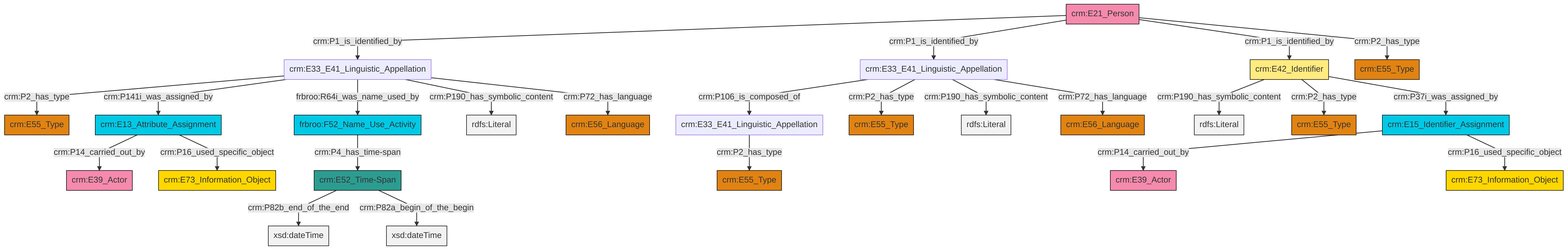
swiss-art-research-net/reference-data-models keeps this Mermaid diagram as et/personCSV/ttl/mmd/png/Person_Names_and_Classification.png. Above is the earlier version. Its source is kept beside it as et/personCSV/ttl/mmd/Person_Names_and_Classification.ttl.mmd.
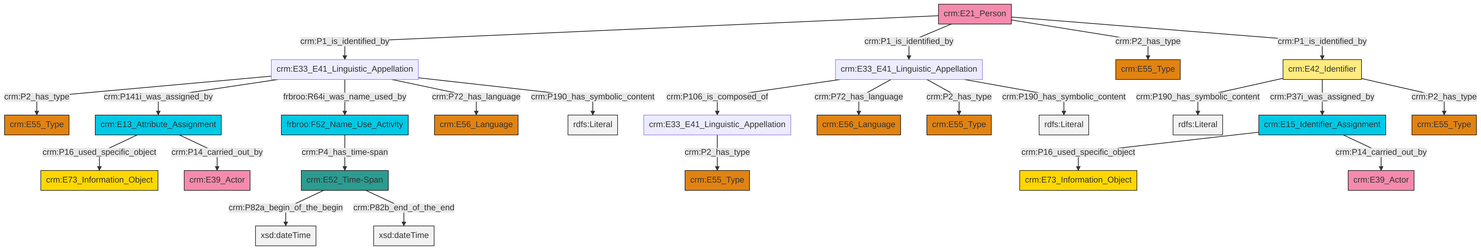
The same diagram one commit later.

What changed in the source:
```diff
@@ -13,27 +13,27 @@
 classDef PC_Classes fill:#4ce600, stroke:#000000;
 classDef Multi fill:#cccccc,stroke:#000000;
 
-0["frbroo:F52_Name_Use_Activity"]:::Temporal_Entity -->|crm:P4_has_time-span| 1["crm:E52_Time-Span"]:::Time-Span
-2["crm:E21_Person"]:::Actor -->|crm:P1_is_identified_by| 3["crm:E33_E41_Linguistic_Appellation"]:::Default
-6["crm:E33_E41_Linguistic_Appellation"]:::Default -->|crm:P106_is_composed_of| 7["crm:E33_E41_Linguistic_Appellation"]:::Default
-6["crm:E33_E41_Linguistic_Appellation"]:::Default -->|crm:P2_has_type| 10["crm:E55_Type"]:::Type
-1["crm:E52_Time-Span"]:::Time-Span -->|crm:P82b_end_of_the_end| 11[xsd:dateTime]:::Literal
-12["crm:E15_Identifier_Assignment"]:::Temporal_Entity -->|crm:P14_carried_out_by| 13["crm:E39_Actor"]:::Actor
-14["crm:E42_Identifier"]:::Appellation -->|crm:P190_has_symbolic_content| 15[rdfs:Literal]:::Literal
-2["crm:E21_Person"]:::Actor -->|crm:P1_is_identified_by| 6["crm:E33_E41_Linguistic_Appellation"]:::Default
-14["crm:E42_Identifier"]:::Appellation -->|crm:P2_has_type| 18["crm:E55_Type"]:::Type
-2["crm:E21_Person"]:::Actor -->|crm:P1_is_identified_by| 14["crm:E42_Identifier"]:::Appellation
-6["crm:E33_E41_Linguistic_Appellation"]:::Default -->|crm:P190_has_symbolic_content| 23[rdfs:Literal]:::Literal
-2["crm:E21_Person"]:::Actor -->|crm:P2_has_type| 26["crm:E55_Type"]:::Type
-7["crm:E33_E41_Linguistic_Appellation"]:::Default -->|crm:P2_has_type| 27["crm:E55_Type"]:::Type
-3["crm:E33_E41_Linguistic_Appellation"]:::Default -->|crm:P2_has_type| 30["crm:E55_Type"]:::Type
-8["crm:E13_Attribute_Assignment"]:::Temporal_Entity -->|crm:P14_carried_out_by| 31["crm:E39_Actor"]:::Actor
-3["crm:E33_E41_Linguistic_Appellation"]:::Default -->|crm:P141i_was_assigned_by| 8["crm:E13_Attribute_Assignment"]:::Temporal_Entity
-8["crm:E13_Attribute_Assignment"]:::Temporal_Entity -->|crm:P16_used_specific_object| 4["crm:E73_Information_Object"]:::Conceptual_Object
-12["crm:E15_Identifier_Assignment"]:::Temporal_Entity -->|crm:P16_used_specific_object| 21["crm:E73_Information_Object"]:::Conceptual_Object
-3["crm:E33_E41_Linguistic_Appellation"]:::Default -->|frbroo:R64i_was_name_used_by| 0["frbroo:F52_Name_Use_Activity"]:::Temporal_Entity
-6["crm:E33_E41_Linguistic_Appellation"]:::Default -->|crm:P72_has_language| 16["crm:E56_Language"]:::Type
-3["crm:E33_E41_Linguistic_Appellation"]:::Default -->|crm:P190_has_symbolic_content| 40[rdfs:Literal]:::Literal
-3["crm:E33_E41_Linguistic_Appellation"]:::Default -->|crm:P72_has_language| 33["crm:E56_Language"]:::Type
-14["crm:E42_Identifier"]:::Appellation -->|crm:P37i_was_assigned_by| 12["crm:E15_Identifier_Assignment"]:::Temporal_Entity
-1["crm:E52_Time-Span"]:::Time-Span -->|crm:P82a_begin_of_the_begin| 43[xsd:dateTime]:::Literal
+2["crm:E52_Time-Span"]:::Time-Span -->|crm:P82a_begin_of_the_begin| 3[xsd:dateTime]:::Literal
+4["crm:E33_E41_Linguistic_Appellation"]:::Default -->|crm:P2_has_type| 0["crm:E55_Type"]:::Type
+5["crm:E33_E41_Linguistic_Appellation"]:::Default -->|crm:P106_is_composed_of| 6["crm:E33_E41_Linguistic_Appellation"]:::Default
+7["crm:E15_Identifier_Assignment"]:::Temporal_Entity -->|crm:P16_used_specific_object| 8["crm:E73_Information_Object"]:::Conceptual_Object
+11["crm:E13_Attribute_Assignment"]:::Temporal_Entity -->|crm:P16_used_specific_object| 12["crm:E73_Information_Object"]:::Conceptual_Object
+14["crm:E21_Person"]:::Actor -->|crm:P1_is_identified_by| 4["crm:E33_E41_Linguistic_Appellation"]:::Default
+14["crm:E21_Person"]:::Actor -->|crm:P1_is_identified_by| 5["crm:E33_E41_Linguistic_Appellation"]:::Default
+15["crm:E42_Identifier"]:::Appellation -->|crm:P190_has_symbolic_content| 16[rdfs:Literal]:::Literal
+15["crm:E42_Identifier"]:::Appellation -->|crm:P37i_was_assigned_by| 7["crm:E15_Identifier_Assignment"]:::Temporal_Entity
+14["crm:E21_Person"]:::Actor -->|crm:P2_has_type| 19["crm:E55_Type"]:::Type
+5["crm:E33_E41_Linguistic_Appellation"]:::Default -->|crm:P72_has_language| 17["crm:E56_Language"]:::Type
+14["crm:E21_Person"]:::Actor -->|crm:P1_is_identified_by| 15["crm:E42_Identifier"]:::Appellation
+5["crm:E33_E41_Linguistic_Appellation"]:::Default -->|crm:P2_has_type| 28["crm:E55_Type"]:::Type
+11["crm:E13_Attribute_Assignment"]:::Temporal_Entity -->|crm:P14_carried_out_by| 35["crm:E39_Actor"]:::Actor
+4["crm:E33_E41_Linguistic_Appellation"]:::Default -->|crm:P141i_was_assigned_by| 11["crm:E13_Attribute_Assignment"]:::Temporal_Entity
+6["crm:E33_E41_Linguistic_Appellation"]:::Default -->|crm:P2_has_type| 37["crm:E55_Type"]:::Type
+38["frbroo:F52_Name_Use_Activity"]:::Temporal_Entity -->|crm:P4_has_time-span| 2["crm:E52_Time-Span"]:::Time-Span
+4["crm:E33_E41_Linguistic_Appellation"]:::Default -->|frbroo:R64i_was_name_used_by| 38["frbroo:F52_Name_Use_Activity"]:::Temporal_Entity
+4["crm:E33_E41_Linguistic_Appellation"]:::Default -->|crm:P72_has_language| 9["crm:E56_Language"]:::Type
+4["crm:E33_E41_Linguistic_Appellation"]:::Default -->|crm:P190_has_symbolic_content| 40[rdfs:Literal]:::Literal
+2["crm:E52_Time-Span"]:::Time-Span -->|crm:P82b_end_of_the_end| 41[xsd:dateTime]:::Literal
+7["crm:E15_Identifier_Assignment"]:::Temporal_Entity -->|crm:P14_carried_out_by| 33["crm:E39_Actor"]:::Actor
+15["crm:E42_Identifier"]:::Appellation -->|crm:P2_has_type| 30["crm:E55_Type"]:::Type
+5["crm:E33_E41_Linguistic_Appellation"]:::Default -->|crm:P190_has_symbolic_content| 43[rdfs:Literal]:::Literal
```
